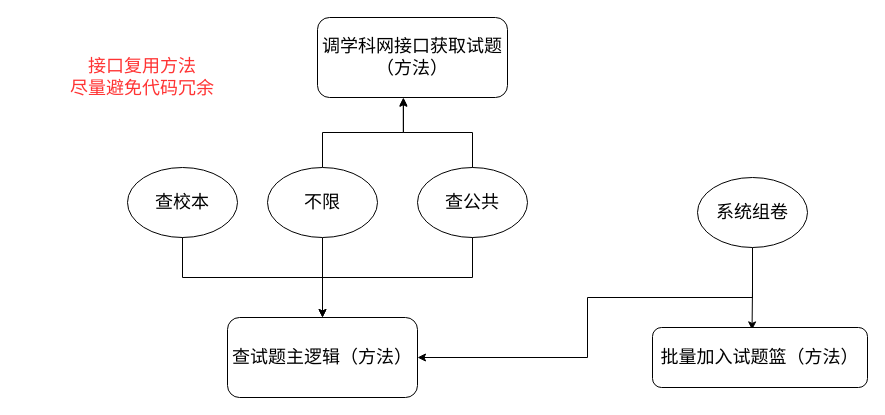
Earlier version of the draw.io diagram img/试题查询相关功能.drawio (li-fenglei/pic-bed). Source tidied: cells renumbered, new cells numbered last; positions are measured from the earlier drawing's top-left corner, leaving out a move shared by most shapes. Both pictures are drawn from the tidied source at 100%, with x=0, y=0 at pixel (17, 17).
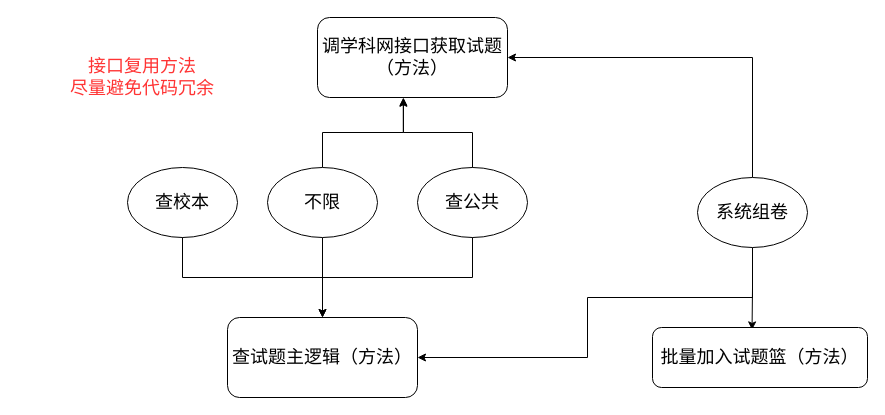
The same diagram, later.

Commit message:
更新试题查询相关功能.drawio

Unchanged cells that the change refers to:
```xml
<mxCell id="10" value="&lt;font style=&quot;font-size: 18px;&quot;&gt;系统组卷&lt;/font&gt;" style="ellipse;whiteSpace=wrap;html=1;" parent="1" vertex="1">
  <mxGeometry x="680" y="160" width="110" height="70" as="geometry" />
</mxCell>
<mxCell id="13" value="&lt;font style=&quot;font-size: 18px;&quot;&gt;调学科网接口获取试题（方法）&lt;/font&gt;" style="rounded=1;whiteSpace=wrap;html=1;" parent="1" vertex="1">
  <mxGeometry x="300" width="190" height="80" as="geometry" />
</mxCell>
```

The edit, as a diff of the source:
```diff
@@
+    <mxCell id="17" style="edgeStyle=orthogonalEdgeStyle;rounded=0;jettySize=auto;html=1;exitX=0.5;exitY=0;exitDx=0;exitDy=0;entryX=1;entryY=0.5;entryDx=0;entryDy=0;" parent="1" edge="1" source="10" target="13">
+      <mxGeometry relative="1" as="geometry" />
+    </mxCell>
```
